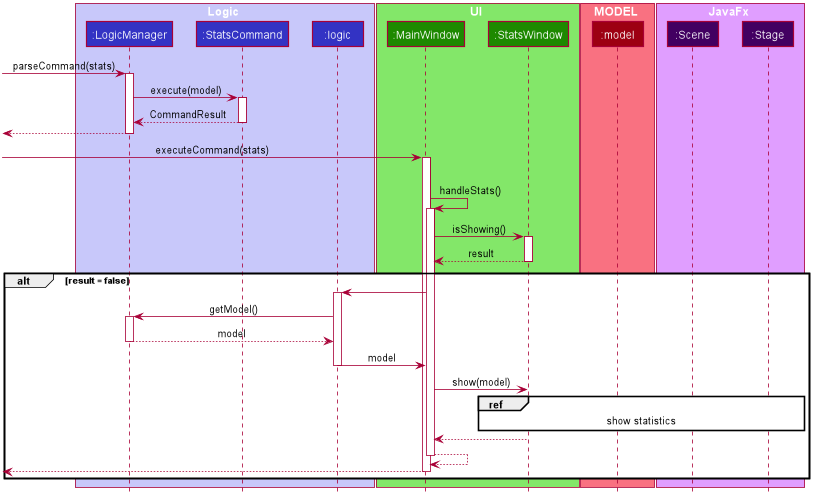
Above: docs/images/StatisticsSequenceDiagram.png in nus-cs2103-AY1920S1/addressbook-level3 (PlantUML), before the change.
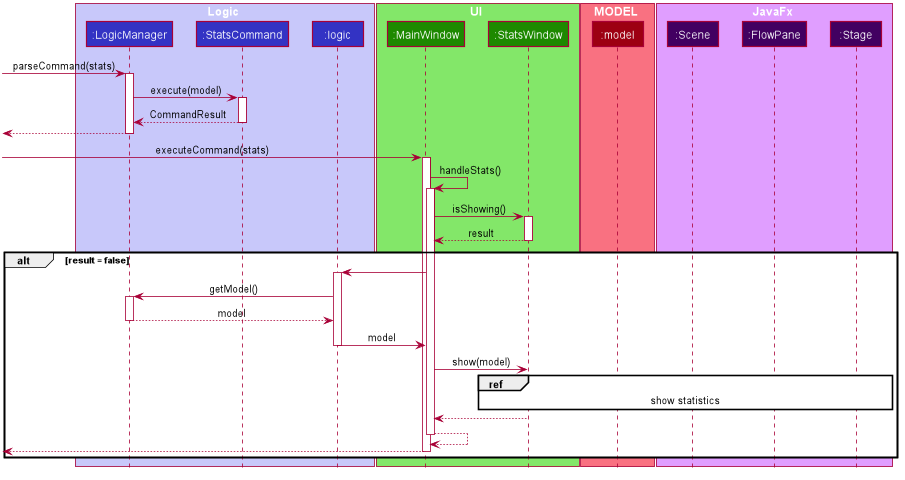
The same diagram one commit later.

Commit message:
Stats Seq diagram update

Change to the diagram source:
```diff
@@ -67,6 +67,7 @@
 
 box JavaFx #e09eff
 participant ":Scene" as Scene #420061
+participant ":FlowPane" as FlowPane #420061
 participant ":Stage" as Stage #420061
 end box
 
@@ -85,7 +86,7 @@
 [-> MainWindow : executeCommand(stats)
 activate MainWindow
 
-       alt commandResult.isShowStats()
+
        MainWindow -> MainWindow : handleStats()
            activate MainWindow
 
```
